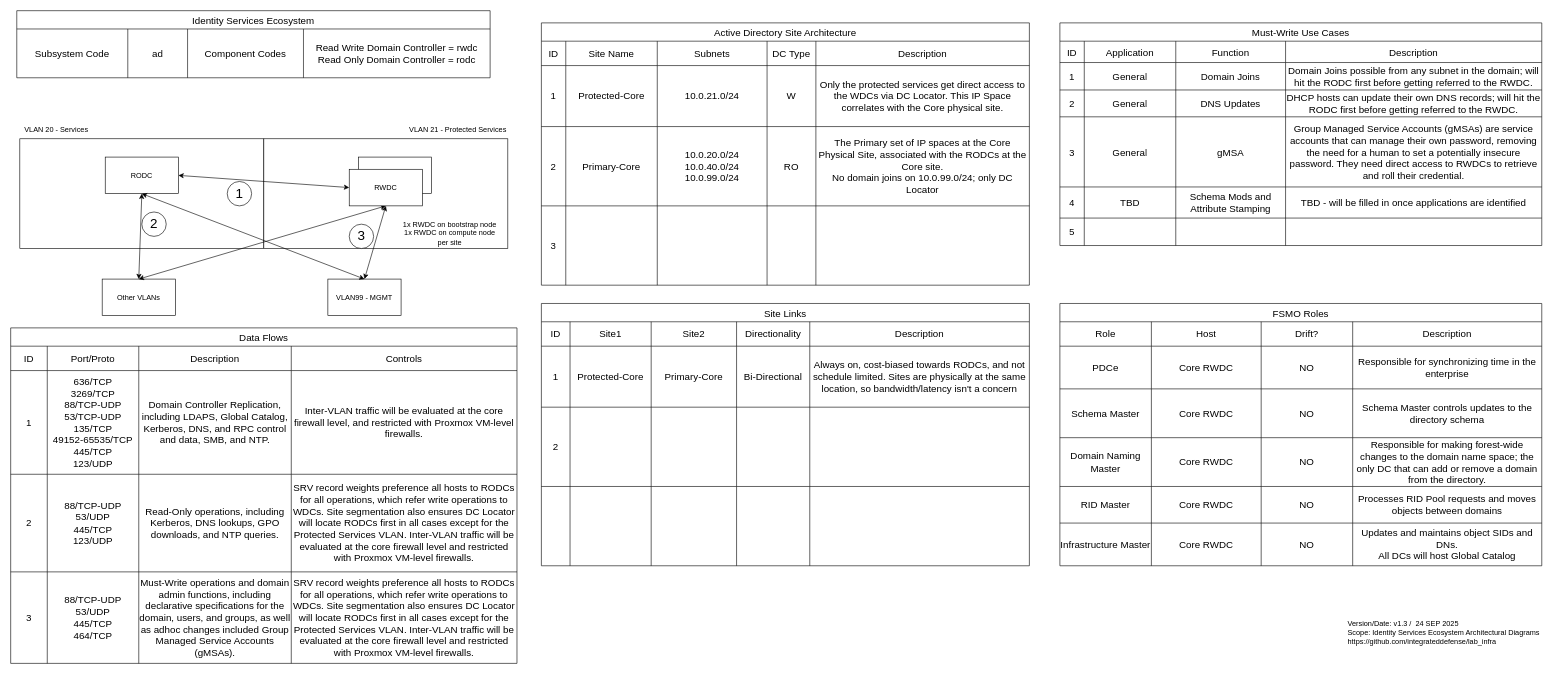
The draw.io diagram page "Page-1" (1 of 2) of diagrams/Subsystems/Identity Services.drawio in integrateddefense/lab_infra, before the edit. Source tidied: cells renumbered, new cells numbered last; positions are measured from the earlier drawing's top-left corner, leaving out a move shared by most shapes. Both pictures are drawn from the tidied source at 61%, with x=0, y=0 at pixel (10, 10).
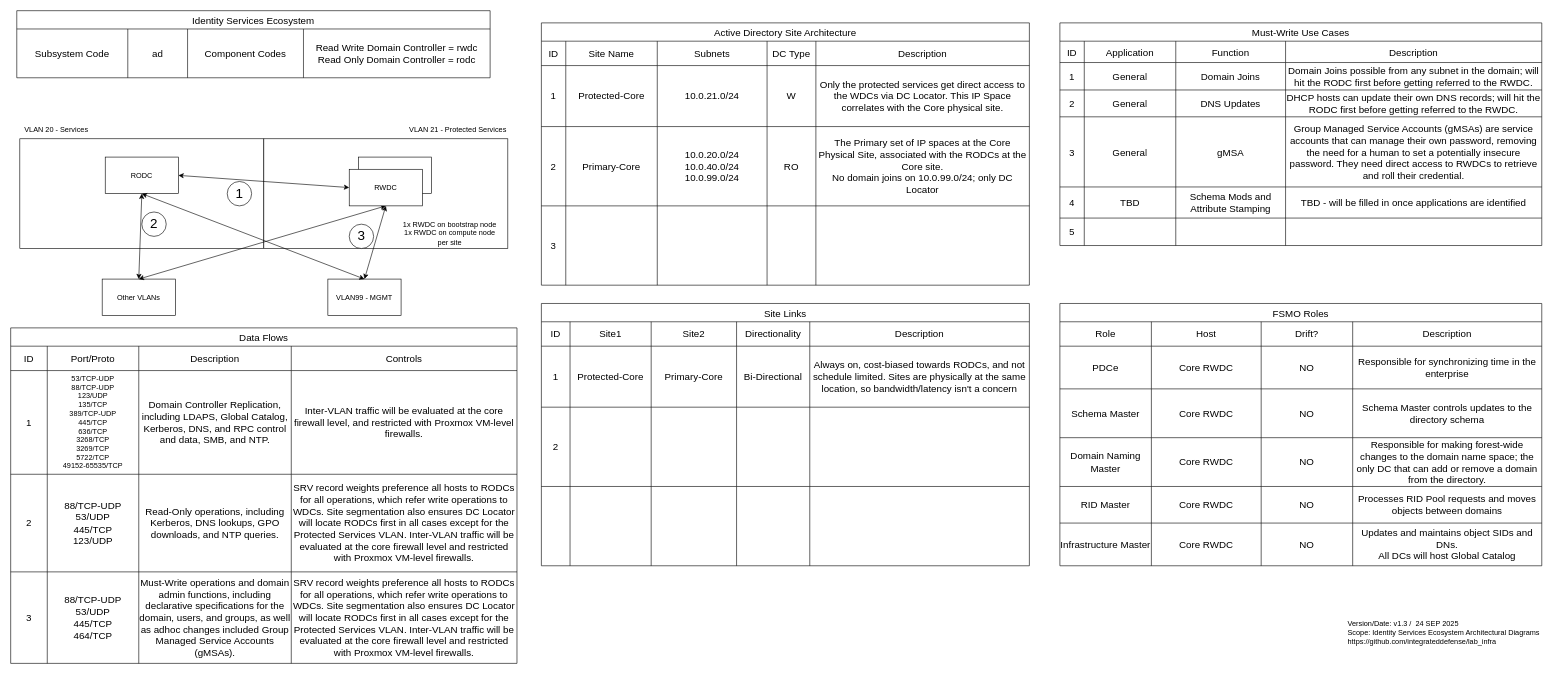
After the change.

Commit message (it also covers changes not shown here):
updated data flows

The change refers to these unchanged cells:
```xml
<mxCell id="19" style="shape=tableRow;horizontal=0;startSize=0;swimlaneHead=0;swimlaneBody=0;strokeColor=inherit;top=0;left=0;bottom=0;right=0;fillColor=none;fontSize=16;" parent="13" vertex="1">
  <mxGeometry y="70" width="830" height="170" as="geometry" />
</mxCell>
```

Change to the diagram source:
```diff
@@
-    <mxCell id="21" value="636/TCP&lt;br&gt;3269/TCP&lt;br&gt;&lt;div&gt;88/TCP-UDP&lt;/div&gt;&lt;div&gt;53/TCP-UDP&lt;/div&gt;&lt;div&gt;135/TCP&lt;/div&gt;&lt;div&gt;49152-65535/TCP&lt;/div&gt;&lt;div&gt;445/TCP&lt;/div&gt;&lt;div&gt;123/UDP&lt;/div&gt;" style="shape=partialRectangle;html=1;whiteSpace=wrap;strokeColor=inherit;overflow=hidden;fillColor=none;top=0;left=0;bottom=0;right=0;fontSize=16;" parent="19" vertex="1">
+    <mxCell id="21" value="&lt;div&gt;&lt;span style=&quot;background-color: transparent; color: light-dark(rgb(0, 0, 0), rgb(255, 255, 255));&quot;&gt;53/TCP-UDP&lt;/span&gt;&lt;/div&gt;&lt;div&gt;88/TCP-UDP&lt;span style=&quot;background-color: transparent; color: light-dark(rgb(0, 0, 0), rgb(255, 255, 255));&quot;&gt;&lt;/span&gt;&lt;/div&gt;&lt;div&gt;123/UDP&lt;/div&gt;&lt;div&gt;135/TCP&lt;/div&gt;&lt;div&gt;389/TCP-UDP&lt;/div&gt;&lt;div&gt;445/TCP&lt;/div&gt;636/TCP&lt;div&gt;3268/TCP&lt;br&gt;3269/TCP&lt;/div&gt;&lt;div&gt;5722/TCP&lt;br&gt;&lt;div&gt;&lt;span style=&quot;background-color: transparent; color: light-dark(rgb(0, 0, 0), rgb(255, 255, 255));&quot;&gt;49152-65535/TCP&lt;/span&gt;&lt;/div&gt;&lt;/div&gt;" style="shape=partialRectangle;html=1;whiteSpace=wrap;strokeColor=inherit;overflow=hidden;fillColor=none;top=0;left=0;bottom=0;right=0;fontSize=12;" parent="19" vertex="1">
       <mxGeometry x="60" width="150" height="170" as="geometry" />
     </mxCell>
```
